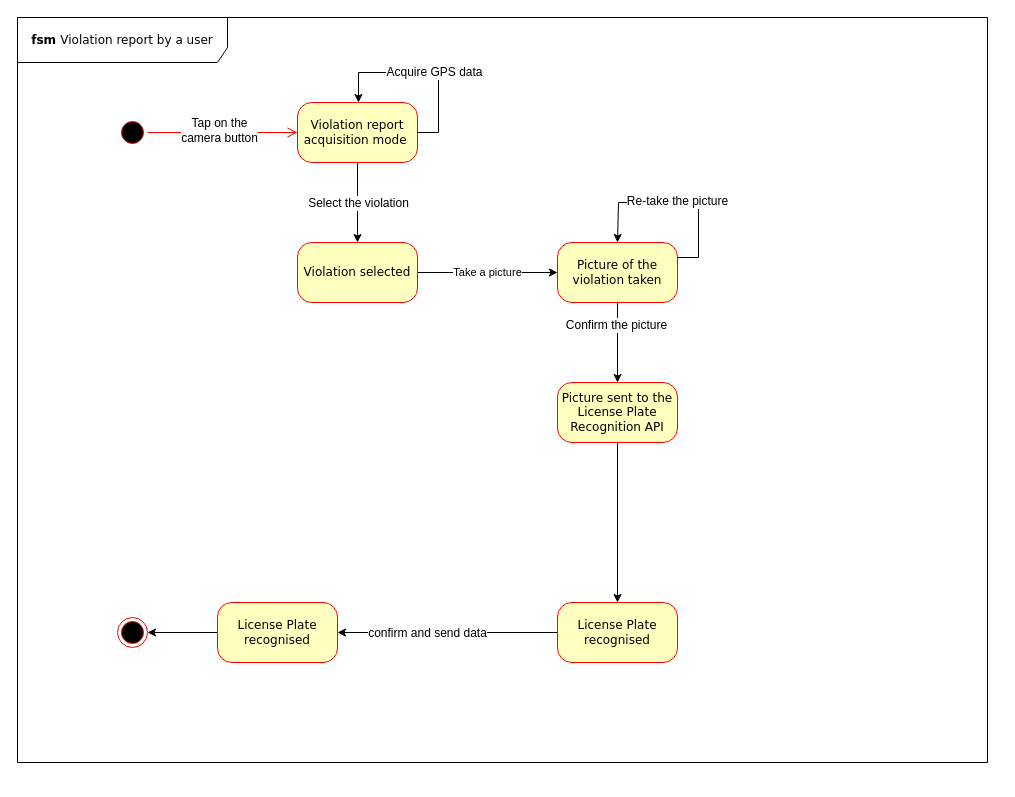
ste7en/Software-Engineering-2-project-PoliMi keeps this draw.io diagram as RASD/Helper/StateChart_InviaViolazione.drawio. Above is the earlier version. Source tidied: cells renumbered, new cells numbered last; positions are measured from the earlier drawing's top-left corner, leaving out a move shared by most shapes. Both pictures are drawn from the tidied source at 100%, with x=0, y=0 at pixel (17, 17).
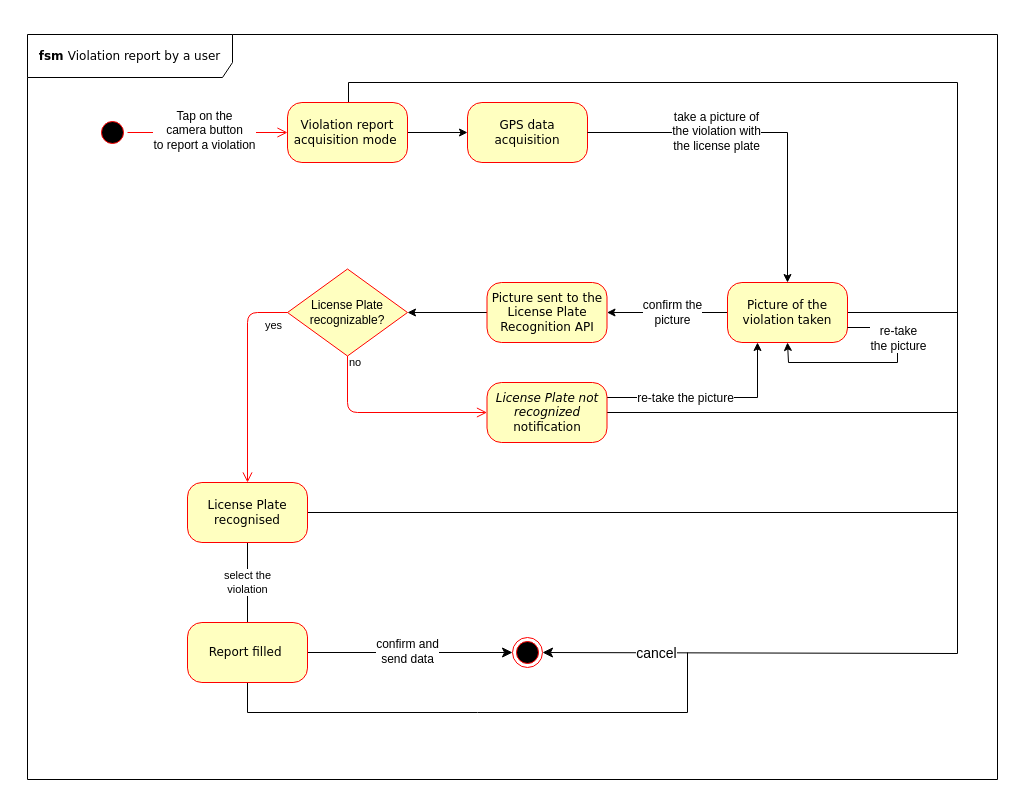
The same diagram, later.

Commit message:
Update StateChart_InviaViolazione.drawio with conditional states

Unchanged cells that the change refers to:
```xml
<mxCell id="19" style="edgeStyle=orthogonalEdgeStyle;html=1;labelBackgroundColor=none;endArrow=open;endSize=8;strokeColor=#ff0000;fontFamily=Verdana;fontSize=12;align=left;" parent="1" edge="1" source="3" target="6">
  <mxGeometry relative="1" as="geometry" />
</mxCell>
```

What changed in the source:
```diff
@@
-    <mxCell id="2" value="&lt;b&gt;fsm &lt;/b&gt;Violation report by a user" style="shape=umlFrame;whiteSpace=wrap;html=1;rounded=1;shadow=0;comic=0;labelBackgroundColor=none;strokeColor=#000000;strokeWidth=1;fillColor=#ffffff;fontFamily=Verdana;fontSize=12;fontColor=#000000;align=center;width=210;height=45;" parent="1" vertex="1">
-      <mxGeometry width="970" height="745" as="geometry" />
+    <mxCell id="2" value="&lt;b&gt;fsm &lt;/b&gt;Violation report by a user" style="shape=umlFrame;whiteSpace=wrap;html=1;rounded=1;shadow=0;comic=0;labelBackgroundColor=none;strokeColor=#000000;strokeWidth=1;fillColor=#ffffff;fontFamily=Verdana;fontSize=12;fontColor=#000000;align=center;width=205;height=43;" parent="1" vertex="1">
+      <mxGeometry x="10" y="17" width="970" height="745" as="geometry" />
     </mxCell>
     <mxCell id="3" style="ellipse;html=1;shape=startState;fillColor=#000000;strokeColor=#ff0000;rounded=1;shadow=0;comic=0;labelBackgroundColor=none;fontFamily=Verdana;fontSize=12;fontColor=#000000;align=center;direction=south;" parent="1" vertex="1">
-      <mxGeometry x="100" y="100" width="30" height="30" as="geometry" />
+      <mxGeometry x="80" y="100" width="30" height="30" as="geometry" />
     </mxCell>
-    <mxCell id="4" style="edgeStyle=orthogonalEdgeStyle;rounded=0;jettySize=auto;html=1;" parent="1" edge="1" source="6" target="8">
-      <mxGeometry relative="1" as="geometry" />
-    </mxCell>
-    <mxCell id="5" value="Select the violation" style="text;html=1;align=center;verticalAlign=middle;labelBackgroundColor=#ffffff;" parent="4" vertex="1">
-      <mxGeometry relative="1" as="geometry" />
-    </mxCell>
+    <mxCell id="26" style="edgeStyle=orthogonalEdgeStyle;rounded=0;jettySize=auto;html=1;" parent="1" edge="1" source="6" target="29">
+      <mxGeometry relative="1" as="geometry" />
+    </mxCell>
+    <mxCell id="27" style="edgeStyle=orthogonalEdgeStyle;rounded=0;jettySize=auto;html=1;entryX=1;entryY=0.5;entryDx=0;entryDy=0;endSize=8;" parent="1" edge="1" source="6" target="25">
+      <mxGeometry relative="1" as="geometry">
+        <Array as="points">
+          <mxPoint x="331" y="65" />
+          <mxPoint x="940" y="65" />
+          <mxPoint x="940" y="636" />
+        </Array>
+      </mxGeometry>
+    </mxCell>
+    <mxCell id="28" value="cancel" style="text;html=1;align=center;verticalAlign=middle;labelBackgroundColor=#ffffff;fontSize=14;" parent="27" vertex="1">
+      <mxGeometry x="0.58" relative="1" as="geometry">
+        <mxPoint x="-226" y="-0.5" as="offset" />
+      </mxGeometry>
+    </mxCell>
     <mxCell id="6" value="Violation report acquisition mode&amp;nbsp;" style="rounded=1;whiteSpace=wrap;html=1;arcSize=24;fillColor=#ffffc0;strokeColor=#ff0000;shadow=0;comic=0;labelBackgroundColor=none;fontFamily=Verdana;fontSize=12;fontColor=#000000;align=center;" parent="1" vertex="1">
-      <mxGeometry x="280" y="85" width="120" height="60" as="geometry" />
+      <mxGeometry x="270" y="85" width="120" height="60" as="geometry" />
     </mxCell>
-    <mxCell id="7" value="Take a picture" style="edgeStyle=orthogonalEdgeStyle;rounded=0;jettySize=auto;html=1;" parent="1" edge="1" source="8" target="11">
-      <mxGeometry relative="1" as="geometry" />
-    </mxCell>
-    <mxCell id="8" value="Violation selected" style="rounded=1;whiteSpace=wrap;html=1;arcSize=24;fillColor=#ffffc0;strokeColor=#ff0000;shadow=0;comic=0;labelBackgroundColor=none;fontFamily=Verdana;fontSize=12;fontColor=#000000;align=center;" parent="1" vertex="1">
-      <mxGeometry x="280" y="225" width="120" height="60" as="geometry" />
-    </mxCell>
+    <mxCell id="29" value="GPS data acquisition" style="rounded=1;whiteSpace=wrap;html=1;arcSize=24;fillColor=#ffffc0;strokeColor=#ff0000;shadow=0;comic=0;labelBackgroundColor=none;fontFamily=Verdana;fontSize=12;fontColor=#000000;align=center;" parent="1" vertex="1">
+      <mxGeometry x="450" y="85" width="120" height="60" as="geometry" />
+    </mxCell>
+    <mxCell id="30" style="edgeStyle=orthogonalEdgeStyle;rounded=0;jettySize=auto;html=1;exitX=1;exitY=0.5;exitDx=0;exitDy=0;" parent="1" edge="1" source="29" target="11">
+      <mxGeometry relative="1" as="geometry" />
+    </mxCell>
+    <mxCell id="31" value="take a picture of&lt;br&gt;the violation with&lt;br&gt;the license plate" style="text;html=1;align=center;verticalAlign=middle;labelBackgroundColor=#ffffff;" parent="30" vertex="1">
+      <mxGeometry x="-0.27" y="2" relative="1" as="geometry" />
+    </mxCell>
-    <mxCell id="9" style="edgeStyle=orthogonalEdgeStyle;rounded=0;jettySize=auto;html=1;" parent="1" edge="1" source="11" target="13">
+    <mxCell id="9" style="edgeStyle=orthogonalEdgeStyle;rounded=0;jettySize=auto;html=1;exitX=0;exitY=0.5;exitDx=0;exitDy=0;" parent="1" edge="1" source="11" target="13">
       <mxGeometry relative="1" as="geometry" />
     </mxCell>
-    <mxCell id="10" value="Confirm the picture" style="text;html=1;align=center;verticalAlign=middle;labelBackgroundColor=#ffffff;" parent="9" vertex="1">
-      <mxGeometry x="-0.44" y="-2" relative="1" as="geometry" />
-    </mxCell>
+    <mxCell id="32" value="confirm the&lt;br&gt;picture" style="text;html=1;align=center;verticalAlign=middle;labelBackgroundColor=#ffffff;" parent="9" vertex="1">
+      <mxGeometry x="0.01" y="-5" relative="1" as="geometry">
+        <mxPoint x="5" y="4" as="offset" />
+      </mxGeometry>
+    </mxCell>
+    <mxCell id="33" style="edgeStyle=none;rounded=0;jettySize=auto;html=1;endArrow=none;endFill=0;strokeColor=#000000;" parent="1" edge="1" source="11">
+      <mxGeometry relative="1" as="geometry">
+        <mxPoint x="940" y="295" as="targetPoint" />
+      </mxGeometry>
+    </mxCell>
     <mxCell id="11" value="Picture of the violation taken" style="rounded=1;whiteSpace=wrap;html=1;arcSize=24;fillColor=#ffffc0;strokeColor=#ff0000;shadow=0;comic=0;labelBackgroundColor=none;fontFamily=Verdana;fontSize=12;fontColor=#000000;align=center;" parent="1" vertex="1">
-      <mxGeometry x="540" y="225" width="120" height="60" as="geometry" />
+      <mxGeometry x="710" y="265" width="120" height="60" as="geometry" />
     </mxCell>
-    <mxCell id="12" style="edgeStyle=orthogonalEdgeStyle;rounded=0;jettySize=auto;html=1;" parent="1" edge="1" source="13" target="16">
-      <mxGeometry relative="1" as="geometry" />
-    </mxCell>
+    <mxCell id="34" style="edgeStyle=orthogonalEdgeStyle;rounded=0;jettySize=auto;html=1;" parent="1" edge="1" source="13" target="41">
+      <mxGeometry relative="1" as="geometry" />
+    </mxCell>
     <mxCell id="13" value="Picture sent to the License Plate Recognition API" style="rounded=1;whiteSpace=wrap;html=1;arcSize=24;fillColor=#ffffc0;strokeColor=#ff0000;shadow=0;comic=0;labelBackgroundColor=none;fontFamily=Verdana;fontSize=12;fontColor=#000000;align=center;" parent="1" vertex="1">
-      <mxGeometry x="540" y="365" width="120" height="60" as="geometry" />
+      <mxGeometry x="469.5" y="265" width="120" height="60" as="geometry" />
     </mxCell>
-    <mxCell id="14" style="edgeStyle=orthogonalEdgeStyle;rounded=0;jettySize=auto;html=1;" parent="1" edge="1" source="16" target="18">
-      <mxGeometry relative="1" as="geometry" />
-    </mxCell>
+    <mxCell id="35" style="edgeStyle=none;rounded=0;jettySize=auto;html=1;endArrow=none;endFill=0;strokeColor=#000000;" parent="1" edge="1" source="16">
+      <mxGeometry relative="1" as="geometry">
+        <mxPoint x="940" y="495" as="targetPoint" />
+      </mxGeometry>
+    </mxCell>
+    <mxCell id="36" value="select the &lt;br&gt;violation" style="edgeStyle=none;rounded=0;jettySize=auto;html=1;endArrow=none;endFill=0;strokeColor=#000000;" parent="1" edge="1" source="16" target="39">
+      <mxGeometry relative="1" as="geometry" />
+    </mxCell>
+    <mxCell id="16" value="License Plate recognised" style="rounded=1;whiteSpace=wrap;html=1;arcSize=24;fillColor=#ffffc0;strokeColor=#ff0000;shadow=0;comic=0;labelBackgroundColor=none;fontFamily=Verdana;fontSize=12;fontColor=#000000;align=center;" parent="1" vertex="1">
+      <mxGeometry x="170" y="465" width="120" height="60" as="geometry" />
+    </mxCell>
+    <mxCell id="37" style="edgeStyle=none;rounded=0;jettySize=auto;html=1;exitX=1;exitY=0.5;exitDx=0;exitDy=0;endArrow=classic;endFill=1;strokeColor=#000000;endSize=8;" parent="1" edge="1" source="39" target="25">
+      <mxGeometry relative="1" as="geometry" />
+    </mxCell>
-    <mxCell id="15" value="confirm and send data" style="text;html=1;align=center;verticalAlign=middle;labelBackgroundColor=#ffffff;" parent="14" vertex="1">
-      <mxGeometry x="0.18" relative="1" as="geometry">
-        <mxPoint x="-1" as="offset" />
+    <mxCell id="15" value="confirm and&lt;br&gt;send data" style="text;html=1;align=center;verticalAlign=middle;labelBackgroundColor=#ffffff;" parent="37" vertex="1">
+      <mxGeometry x="-0.15" y="2" relative="1" as="geometry">
+        <mxPoint x="12" as="offset" />
       </mxGeometry>
     </mxCell>
-    <mxCell id="16" value="License Plate recognised" style="rounded=1;whiteSpace=wrap;html=1;arcSize=24;fillColor=#ffffc0;strokeColor=#ff0000;shadow=0;comic=0;labelBackgroundColor=none;fontFamily=Verdana;fontSize=12;fontColor=#000000;align=center;" parent="1" vertex="1">
-      <mxGeometry x="540" y="585" width="120" height="60" as="geometry" />
-    </mxCell>
-    <mxCell id="17" style="edgeStyle=orthogonalEdgeStyle;rounded=0;jettySize=auto;html=1;" parent="1" edge="1" source="18" target="25">
-      <mxGeometry relative="1" as="geometry" />
-    </mxCell>
-    <mxCell id="18" value="License Plate recognised" style="rounded=1;whiteSpace=wrap;html=1;arcSize=24;fillColor=#ffffc0;strokeColor=#ff0000;shadow=0;comic=0;labelBackgroundColor=none;fontFamily=Verdana;fontSize=12;fontColor=#000000;align=center;" parent="1" vertex="1">
-      <mxGeometry x="200" y="585" width="120" height="60" as="geometry" />
-    </mxCell>
+    <mxCell id="38" style="edgeStyle=none;rounded=0;jettySize=auto;html=1;endArrow=none;endFill=0;strokeColor=#000000;fontSize=14;exitX=0.5;exitY=1;exitDx=0;exitDy=0;" parent="1" edge="1" source="39">
+      <mxGeometry relative="1" as="geometry">
+        <mxPoint x="670" y="635" as="targetPoint" />
+        <Array as="points">
+          <mxPoint x="230" y="695" />
+          <mxPoint x="460" y="695" />
+          <mxPoint x="670" y="695" />
+        </Array>
+      </mxGeometry>
+    </mxCell>
+    <mxCell id="39" value="Report filled&amp;nbsp;" style="rounded=1;whiteSpace=wrap;html=1;arcSize=24;fillColor=#ffffc0;strokeColor=#ff0000;shadow=0;comic=0;labelBackgroundColor=none;fontFamily=Verdana;fontSize=12;fontColor=#000000;align=center;" parent="1" vertex="1">
+      <mxGeometry x="170" y="605" width="120" height="60" as="geometry" />
+    </mxCell>
@@
-    <mxCell id="20" value="Tap on the&lt;br&gt;camera button" style="text;html=1;align=center;verticalAlign=middle;labelBackgroundColor=#ffffff;" parent="19" vertex="1">
+    <mxCell id="20" value="Tap on the&lt;br&gt;camera button&lt;br&gt;to report a violation" style="text;html=1;align=center;verticalAlign=middle;labelBackgroundColor=#ffffff;" parent="19" vertex="1">
       <mxGeometry y="5" relative="1" as="geometry">
         <mxPoint x="-4" y="2" as="offset" />
       </mxGeometry>
     </mxCell>
-    <mxCell id="21" style="edgeStyle=orthogonalEdgeStyle;rounded=0;orthogonalLoop=1;jettySize=auto;html=1;exitX=1;exitY=0.5;exitDx=0;exitDy=0;" parent="1" edge="1" source="6" target="6">
-      <mxGeometry relative="1" as="geometry">
-        <Array as="points">
-          <mxPoint x="421" y="115" />
-          <mxPoint x="421" y="55" />
-          <mxPoint x="341" y="55" />
-        </Array>
-      </mxGeometry>
-    </mxCell>
-    <mxCell id="22" value="Acquire GPS data" style="text;html=1;align=center;verticalAlign=middle;labelBackgroundColor=#ffffff;" parent="21" vertex="1">
-      <mxGeometry x="-0.1" y="-1" relative="1" as="geometry" />
-    </mxCell>
+    <mxCell id="25" style="ellipse;html=1;shape=endState;fillColor=#000000;strokeColor=#ff0000;" parent="1" vertex="1">
+      <mxGeometry x="495" y="620" width="30" height="30" as="geometry" />
+    </mxCell>
-    <mxCell id="23" style="edgeStyle=orthogonalEdgeStyle;rounded=0;orthogonalLoop=1;jettySize=auto;html=1;exitX=1;exitY=0.25;exitDx=0;exitDy=0;entryX=0.5;entryY=0;entryDx=0;entryDy=0;" parent="1" edge="1" source="11" target="11">
+    <mxCell id="23" style="edgeStyle=orthogonalEdgeStyle;rounded=0;orthogonalLoop=1;jettySize=auto;html=1;entryX=0.5;entryY=1;entryDx=0;entryDy=0;exitX=1;exitY=0.75;exitDx=0;exitDy=0;" parent="1" edge="1" source="11" target="11">
       <mxGeometry relative="1" as="geometry">
         <Array as="points">
-          <mxPoint x="681" y="240" />
-          <mxPoint x="681" y="185" />
-          <mxPoint x="601" y="185" />
+          <mxPoint x="880" y="310" />
+          <mxPoint x="880" y="345" />
+          <mxPoint x="771" y="345" />
         </Array>
       </mxGeometry>
     </mxCell>
-    <mxCell id="24" value="Re-take the picture" style="text;html=1;align=center;verticalAlign=middle;labelBackgroundColor=#ffffff;" parent="23" vertex="1">
-      <mxGeometry y="-2" relative="1" as="geometry" />
-    </mxCell>
-    <mxCell id="25" style="ellipse;html=1;shape=endState;fillColor=#000000;strokeColor=#ff0000;" parent="1" vertex="1">
-      <mxGeometry x="100" y="600" width="30" height="30" as="geometry" />
-    </mxCell>
+    <mxCell id="40" value="re-take &lt;br&gt;the picture" style="text;html=1;align=center;verticalAlign=middle;labelBackgroundColor=#ffffff;" parent="23" vertex="1">
+      <mxGeometry x="-0.44" y="1" relative="1" as="geometry">
+        <mxPoint x="-1" as="offset" />
+      </mxGeometry>
+    </mxCell>
+    <mxCell id="41" value="License Plate&lt;br&gt;recognizable?" style="rhombus;whiteSpace=wrap;html=1;fillColor=#ffffc0;strokeColor=#ff0000;" parent="1" vertex="1">
+      <mxGeometry x="270" y="251.5" width="120" height="87" as="geometry" />
+    </mxCell>
+    <mxCell id="42" value="no" style="edgeStyle=orthogonalEdgeStyle;html=1;align=left;verticalAlign=bottom;endArrow=open;endSize=8;strokeColor=#ff0000;" parent="1" edge="1" source="41" target="47">
+      <mxGeometry x="-0.85" relative="1" as="geometry">
+        <Array as="points">
+          <mxPoint x="330" y="395" />
+        </Array>
+      </mxGeometry>
+    </mxCell>
+    <mxCell id="43" value="yes" style="edgeStyle=orthogonalEdgeStyle;html=1;align=left;verticalAlign=top;endArrow=open;endSize=8;strokeColor=#ff0000;entryX=0.5;entryY=0;entryDx=0;entryDy=0;" parent="1" edge="1" source="41" target="16">
+      <mxGeometry x="-0.77" relative="1" as="geometry">
+        <Array as="points">
+          <mxPoint x="230" y="295" />
+        </Array>
+      </mxGeometry>
+    </mxCell>
+    <mxCell id="44" style="edgeStyle=orthogonalEdgeStyle;rounded=0;jettySize=auto;html=1;entryX=0.25;entryY=1;entryDx=0;entryDy=0;exitX=1;exitY=0.25;exitDx=0;exitDy=0;" parent="1" edge="1" source="47" target="11">
+      <mxGeometry relative="1" as="geometry" />
+    </mxCell>
+    <mxCell id="45" value="re-take the picture" style="text;html=1;align=center;verticalAlign=middle;labelBackgroundColor=#ffffff;" parent="44" vertex="1">
+      <mxGeometry x="-0.11" relative="1" as="geometry">
+        <mxPoint x="-13" as="offset" />
+      </mxGeometry>
+    </mxCell>
+    <mxCell id="46" style="edgeStyle=none;rounded=0;jettySize=auto;html=1;endArrow=none;endFill=0;strokeColor=#000000;" parent="1" edge="1" source="47">
+      <mxGeometry relative="1" as="geometry">
+        <mxPoint x="940" y="395" as="targetPoint" />
+      </mxGeometry>
+    </mxCell>
+    <mxCell id="47" value="&lt;i&gt;License Plate not recognized&lt;/i&gt; notification" style="rounded=1;whiteSpace=wrap;html=1;arcSize=24;fillColor=#ffffc0;strokeColor=#ff0000;shadow=0;comic=0;labelBackgroundColor=none;fontFamily=Verdana;fontSize=12;fontColor=#000000;align=center;" parent="1" vertex="1">
+      <mxGeometry x="469.5" y="365" width="120" height="60" as="geometry" />
+    </mxCell>
```
